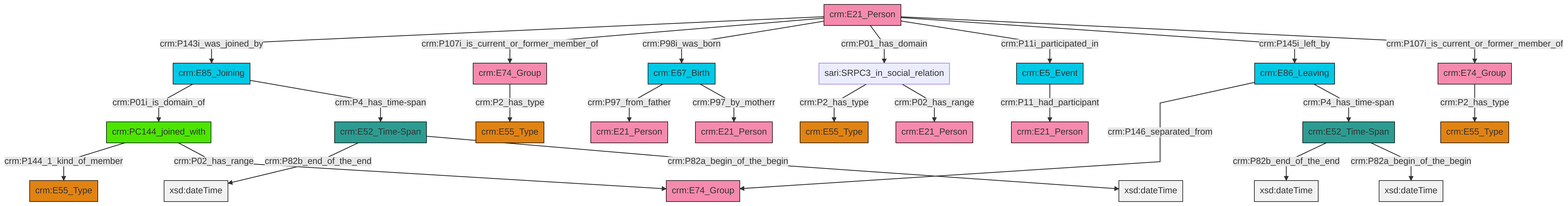
The Mermaid diagram et/personCSV/ttl/mmd/png/Person_Actor_Relations.png in swiss-art-research-net/reference-data-models, before a commit. Its source is kept beside it as et/personCSV/ttl/mmd/Person_Actor_Relations.ttl.mmd.
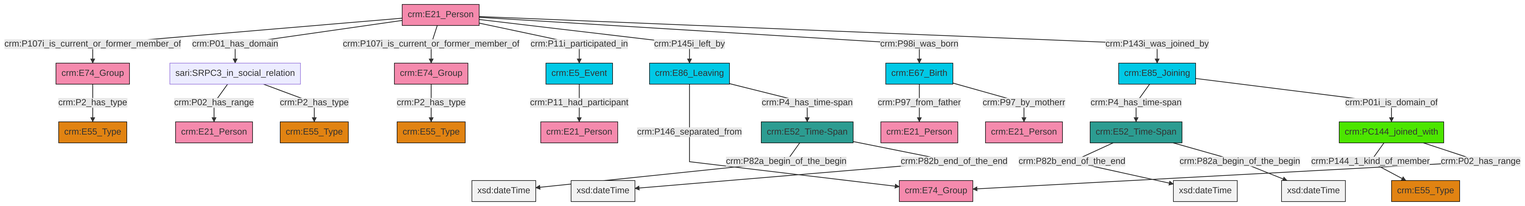
After the change.

Diff of the diagram source:
```diff
@@ -13,27 +13,27 @@
 classDef PC_Classes fill:#4ce600, stroke:#000000;
 classDef Multi fill:#cccccc,stroke:#000000;
 
-0["crm:E52_Time-Span"]:::Time-Span -->|crm:P82b_end_of_the_end| 1[xsd:dateTime]:::Literal
-6["crm:E21_Person"]:::Actor -->|crm:P143i_was_joined_by| 7["crm:E85_Joining"]:::Temporal_Entity
-7["crm:E85_Joining"]:::Temporal_Entity -->|crm:P01i_is_domain_of| 8["crm:PC144_joined_with"]:::PC_Classes
-15["crm:E52_Time-Span"]:::Time-Span -->|crm:P82b_end_of_the_end| 16[xsd:dateTime]:::Literal
-13["crm:E86_Leaving"]:::Temporal_Entity -->|crm:P146_separated_from| 19["crm:E74_Group"]:::Actor
-20["crm:E5_Event"]:::Temporal_Entity -->|crm:P11_had_participant| 21["crm:E21_Person"]:::Actor
-15["crm:E52_Time-Span"]:::Time-Span -->|crm:P82a_begin_of_the_begin| 23[xsd:dateTime]:::Literal
-11["crm:E74_Group"]:::Actor -->|crm:P2_has_type| 9["crm:E55_Type"]:::Type
-2["sari:SRPC3_in_social_relation"]:::Default -->|crm:P2_has_type| 24["crm:E55_Type"]:::Type
-7["crm:E85_Joining"]:::Temporal_Entity -->|crm:P4_has_time-span| 0["crm:E52_Time-Span"]:::Time-Span
-13["crm:E86_Leaving"]:::Temporal_Entity -->|crm:P4_has_time-span| 15["crm:E52_Time-Span"]:::Time-Span
-6["crm:E21_Person"]:::Actor -->|crm:P107i_is_current_or_former_member_of| 11["crm:E74_Group"]:::Actor
-26["crm:E67_Birth"]:::Temporal_Entity -->|crm:P97_from_father| 27["crm:E21_Person"]:::Actor
-0["crm:E52_Time-Span"]:::Time-Span -->|crm:P82a_begin_of_the_begin| 28[xsd:dateTime]:::Literal
-29["crm:E74_Group"]:::Actor -->|crm:P2_has_type| 30["crm:E55_Type"]:::Type
-2["sari:SRPC3_in_social_relation"]:::Default -->|crm:P02_has_range| 4["crm:E21_Person"]:::Actor
-6["crm:E21_Person"]:::Actor -->|crm:P98i_was_born| 26["crm:E67_Birth"]:::Temporal_Entity
-6["crm:E21_Person"]:::Actor -->|crm:P01_has_domain| 2["sari:SRPC3_in_social_relation"]:::Default
-26["crm:E67_Birth"]:::Temporal_Entity -->|crm:P97_by_motherr| 32["crm:E21_Person"]:::Actor
-6["crm:E21_Person"]:::Actor -->|crm:P11i_participated_in| 20["crm:E5_Event"]:::Temporal_Entity
-6["crm:E21_Person"]:::Actor -->|crm:P145i_left_by| 13["crm:E86_Leaving"]:::Temporal_Entity
-6["crm:E21_Person"]:::Actor -->|crm:P107i_is_current_or_former_member_of| 29["crm:E74_Group"]:::Actor
-8["crm:PC144_joined_with"]:::PC_Classes -->|crm:P144_1_kind_of_member| 17["crm:E55_Type"]:::Type
-8["crm:PC144_joined_with"]:::PC_Classes -->|crm:P02_has_range| 19["crm:E74_Group"]:::Actor
+2["crm:E74_Group"]:::Actor -->|crm:P2_has_type| 3["crm:E55_Type"]:::Type
+6["crm:E21_Person"]:::Actor -->|crm:P107i_is_current_or_former_member_of| 2["crm:E74_Group"]:::Actor
+7["sari:SRPC3_in_social_relation"]:::Default -->|crm:P02_has_range| 8["crm:E21_Person"]:::Actor
+6["crm:E21_Person"]:::Actor -->|crm:P01_has_domain| 7["sari:SRPC3_in_social_relation"]:::Default
+15["crm:E52_Time-Span"]:::Time-Span -->|crm:P82a_begin_of_the_begin| 16[xsd:dateTime]:::Literal
+6["crm:E21_Person"]:::Actor -->|crm:P107i_is_current_or_former_member_of| 17["crm:E74_Group"]:::Actor
+11["crm:E85_Joining"]:::Temporal_Entity -->|crm:P4_has_time-span| 25["crm:E52_Time-Span"]:::Time-Span
+19["crm:E5_Event"]:::Temporal_Entity -->|crm:P11_had_participant| 26["crm:E21_Person"]:::Actor
+6["crm:E21_Person"]:::Actor -->|crm:P11i_participated_in| 19["crm:E5_Event"]:::Temporal_Entity
+6["crm:E21_Person"]:::Actor -->|crm:P145i_left_by| 29["crm:E86_Leaving"]:::Temporal_Entity
+17["crm:E74_Group"]:::Actor -->|crm:P2_has_type| 21["crm:E55_Type"]:::Type
+25["crm:E52_Time-Span"]:::Time-Span -->|crm:P82b_end_of_the_end| 32[xsd:dateTime]:::Literal
+7["sari:SRPC3_in_social_relation"]:::Default -->|crm:P2_has_type| 9["crm:E55_Type"]:::Type
+0["crm:PC144_joined_with"]:::PC_Classes -->|crm:P144_1_kind_of_member| 30["crm:E55_Type"]:::Type
+6["crm:E21_Person"]:::Actor -->|crm:P98i_was_born| 4["crm:E67_Birth"]:::Temporal_Entity
+15["crm:E52_Time-Span"]:::Time-Span -->|crm:P82b_end_of_the_end| 37[xsd:dateTime]:::Literal
+11["crm:E85_Joining"]:::Temporal_Entity -->|crm:P01i_is_domain_of| 0["crm:PC144_joined_with"]:::PC_Classes
+6["crm:E21_Person"]:::Actor -->|crm:P143i_was_joined_by| 11["crm:E85_Joining"]:::Temporal_Entity
+4["crm:E67_Birth"]:::Temporal_Entity -->|crm:P97_from_father| 23["crm:E21_Person"]:::Actor
+4["crm:E67_Birth"]:::Temporal_Entity -->|crm:P97_by_motherr| 34["crm:E21_Person"]:::Actor
+29["crm:E86_Leaving"]:::Temporal_Entity -->|crm:P146_separated_from| 13["crm:E74_Group"]:::Actor
+25["crm:E52_Time-Span"]:::Time-Span -->|crm:P82a_begin_of_the_begin| 46[xsd:dateTime]:::Literal
+29["crm:E86_Leaving"]:::Temporal_Entity -->|crm:P4_has_time-span| 15["crm:E52_Time-Span"]:::Time-Span
+0["crm:PC144_joined_with"]:::PC_Classes -->|crm:P02_has_range| 13["crm:E74_Group"]:::Actor
```
